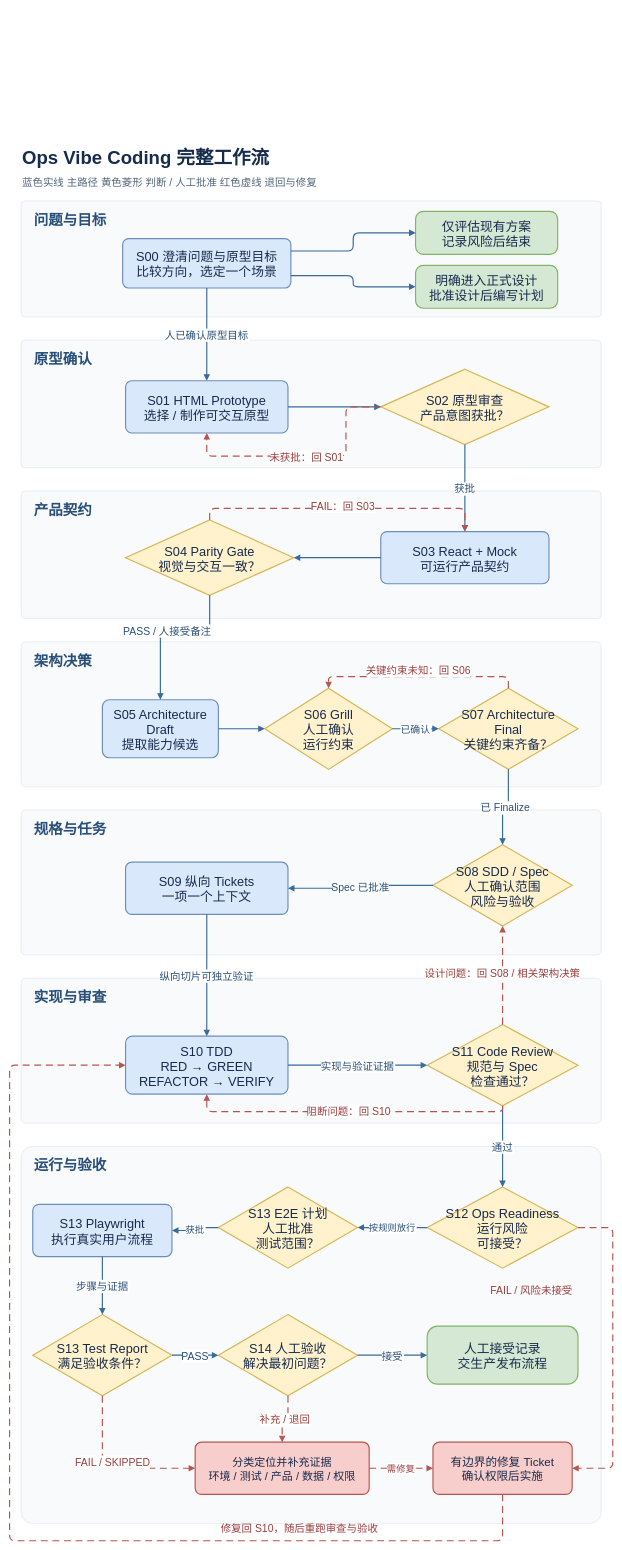
Dusk-996/ops-vibe-coding keeps this draw.io diagram as docs/diagrams/ops-vibe-coding-workflow.drawio. Above is the earlier version. Source tidied: cells renumbered, new cells numbered last; positions are measured from the earlier drawing's top-left corner, leaving out a move shared by most shapes. Both pictures are drawn from the tidied source at 58%, with x=0, y=0 at pixel (9, 143).
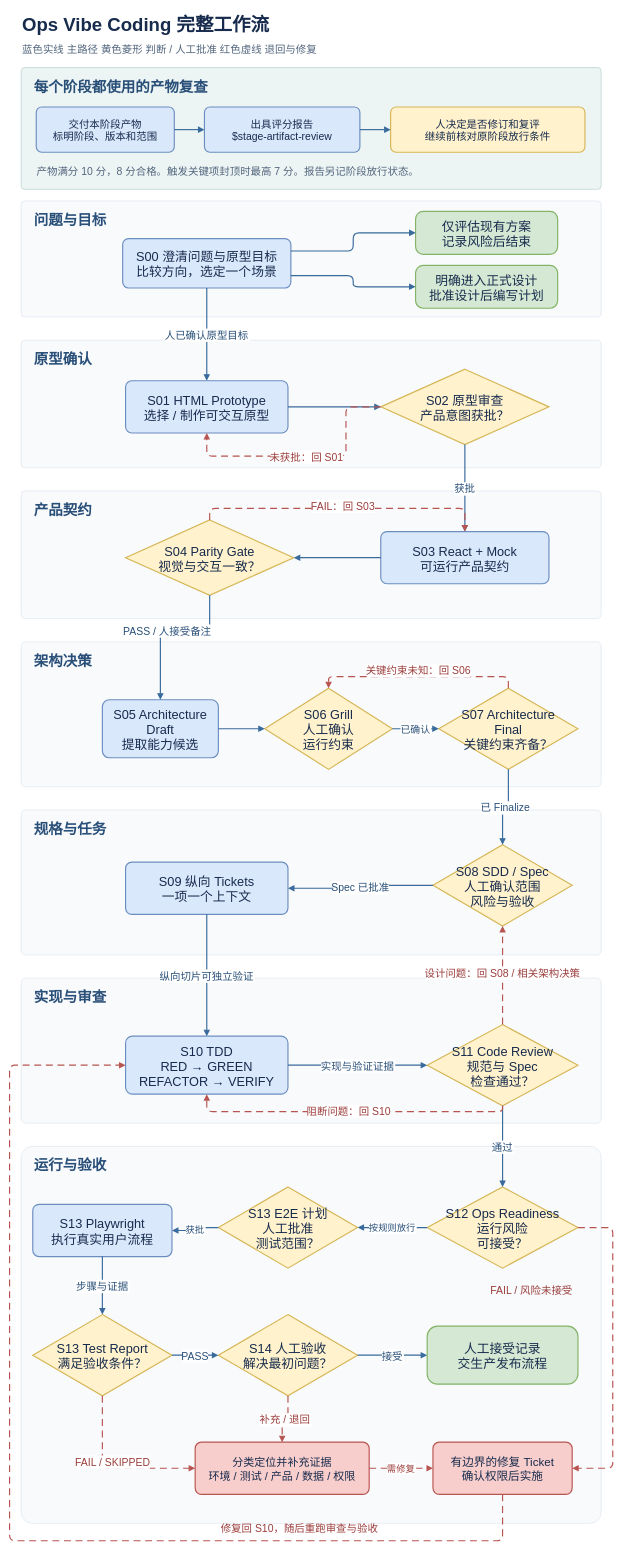
Above is the later version.

The edit, as a diff of the source:
```diff
@@
     <mxCell id="2" value="Ops Vibe Coding 完整工作流" style="whiteSpace=nowrap;html=0;fontFamily=Microsoft YaHei;fontSize=22;fontColor=#172b4d;strokeWidth=2;text;strokeColor=none;fillColor=none;align=left;verticalAlign=middle;fontSize=32;fontStyle=1;" parent="1" vertex="1">
-      <mxGeometry x="20" width="1000" height="45" as="geometry" />
+      <mxGeometry x="20" y="-230" width="1000" height="45" as="geometry" />
     </mxCell>
     <mxCell id="3" value="蓝色实线  主路径     黄色菱形  判断 / 人工批准     红色虚线  退回与修复" style="whiteSpace=nowrap;html=0;fontFamily=Microsoft YaHei;fontSize=22;fontColor=#172b4d;strokeWidth=2;text;strokeColor=none;fillColor=none;align=left;verticalAlign=middle;fontSize=18;fontColor=#52657d;" parent="1" vertex="1">
-      <mxGeometry x="20" y="50" width="1000" height="35" as="geometry" />
+      <mxGeometry x="20" y="-180" width="1000" height="35" as="geometry" />
     </mxCell>
+    <mxCell id="71" style="whiteSpace=nowrap;html=0;fontFamily=Microsoft YaHei;fontSize=22;fontColor=#172b4d;strokeWidth=2;rounded=1;arcSize=3;fillColor=#f8fafc;strokeColor=#d9e1ec;strokeWidth=1;fillColor=#edf5f4;strokeColor=#aac8c4;" parent="1" vertex="1">
+      <mxGeometry x="20" y="-130" width="1000" height="210" as="geometry" />
+    </mxCell>
+    <mxCell id="72" value="每个阶段都使用的产物复查" style="whiteSpace=nowrap;html=0;fontFamily=Microsoft YaHei;fontSize=22;fontColor=#172b4d;strokeWidth=2;text;strokeColor=none;fillColor=none;align=left;verticalAlign=middle;fontSize=25;fontStyle=1;fontColor=#294f78;" parent="1" vertex="1">
+      <mxGeometry x="40" y="-120" width="740" height="42" as="geometry" />
+    </mxCell>
+    <mxCell id="73" value="交付本阶段产物&#10;标明阶段、版本和范围" style="whiteSpace=nowrap;html=0;fontFamily=Microsoft YaHei;fontSize=22;fontColor=#172b4d;strokeWidth=2;rounded=1;arcSize=12;fillColor=#dae8fc;strokeColor=#6c8ebf;fontSize=18;" parent="1" vertex="1">
+      <mxGeometry x="46" y="-62" width="238" height="78" as="geometry" />
+    </mxCell>
+    <mxCell id="74" value="出具评分报告&#10;$stage-artifact-review" style="whiteSpace=nowrap;html=0;fontFamily=Microsoft YaHei;fontSize=22;fontColor=#172b4d;strokeWidth=2;rounded=1;arcSize=12;fillColor=#dae8fc;strokeColor=#6c8ebf;fontSize=18;" parent="1" vertex="1">
+      <mxGeometry x="336" y="-62" width="268" height="78" as="geometry" />
+    </mxCell>
+    <mxCell id="75" value="人决定是否修订和复评&#10;继续前核对原阶段放行条件" style="whiteSpace=nowrap;html=0;fontFamily=Microsoft YaHei;fontSize=22;fontColor=#172b4d;strokeWidth=2;rounded=1;arcSize=12;fillColor=#dae8fc;strokeColor=#6c8ebf;fontSize=18;fillColor=#fff2cc;strokeColor=#d6b656;" parent="1" vertex="1">
+      <mxGeometry x="657" y="-62" width="335" height="78" as="geometry" />
+    </mxCell>
+    <mxCell id="76" value="产物满分 10 分，8 分合格。触发关键项封顶时最高 7 分。报告另记阶段放行状态。" style="whiteSpace=nowrap;html=0;fontFamily=Microsoft YaHei;fontSize=22;fontColor=#172b4d;strokeWidth=2;text;strokeColor=none;fillColor=none;align=left;verticalAlign=middle;fontSize=18;fontColor=#52657d;fontSize=18;" parent="1" vertex="1">
+      <mxGeometry x="45" y="27" width="940" height="40" as="geometry" />
+    </mxCell>
+    <mxCell id="77" style="edgeStyle=orthogonalEdgeStyle;rounded=1;html=0;endArrow=block;endFill=1;strokeWidth=2;fontFamily=Microsoft YaHei;fontSize=18;labelBackgroundColor=#ffffff;strokeColor=#386a9c;fontColor=#294f78;exitX=1;exitY=0.5;entryX=0;entryY=0.5;" parent="1" edge="1" source="73" target="74">
+      <mxGeometry relative="1" as="geometry" />
+    </mxCell>
+    <mxCell id="78" style="edgeStyle=orthogonalEdgeStyle;rounded=1;html=0;endArrow=block;endFill=1;strokeWidth=2;fontFamily=Microsoft YaHei;fontSize=18;labelBackgroundColor=#ffffff;strokeColor=#386a9c;fontColor=#294f78;exitX=1;exitY=0.5;entryX=0;entryY=0.5;" parent="1" edge="1" source="74" target="75">
+      <mxGeometry relative="1" as="geometry" />
+    </mxCell>
```
